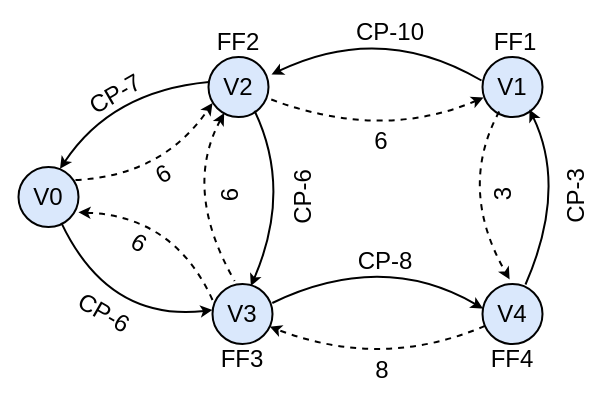
kxzhu0505/Delay-Padding-For-Multi-corner keeps this draw.io diagram as TimingConstraintGraph.drawio. Above is the earlier version. Source tidied: cells renumbered, new cells numbered last; positions are measured from the earlier drawing's top-left corner, leaving out a move shared by most shapes. Both pictures are drawn from the tidied source at 100%, with x=0, y=0 at pixel (18, 17).
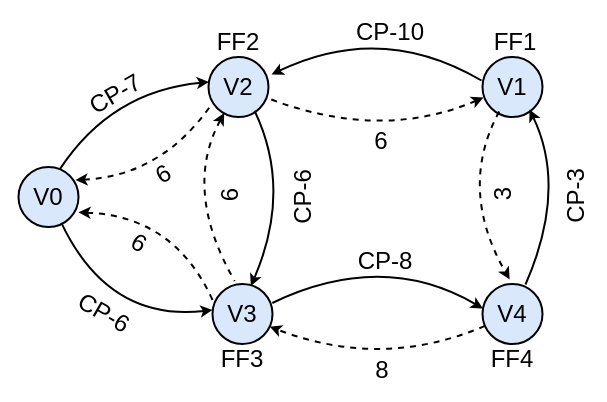
Above is the later version.

The change refers to these unchanged cells:
```xml
<mxCell id="2" style="ellipse;whiteSpace=wrap;html=1;strokeWidth=2;fillColor=#dae8fc;strokeColor=light-dark(#000000, #5c79a3);shadow=0;fontFamily=Helvetica;fontStyle=0;rotation=0;" parent="1" vertex="1">
  <mxGeometry y="149.5" width="60" height="60" as="geometry" />
</mxCell>
<mxCell id="3" value="&lt;font size=&quot;1&quot; style=&quot;color: rgb(0, 0, 0);&quot;&gt;&lt;span style=&quot;font-size: 24px;&quot;&gt;V2&lt;/span&gt;&lt;/font&gt;" style="ellipse;whiteSpace=wrap;html=1;strokeWidth=2;fillColor=#dae8fc;strokeColor=light-dark(#000000, #5c79a3);shadow=0;fontFamily=Helvetica;fontStyle=0;rotation=0;" parent="1" vertex="1">
  <mxGeometry x="190" y="39.5" width="60" height="60" as="geometry" />
</mxCell>
```

Change to the diagram source:
```diff
@@
-    <mxCell id="5" style="curved=1;endArrow=classic;html=1;rounded=0;strokeWidth=2;exitX=0.007;exitY=0.415;exitDx=0;exitDy=0;entryX=0.692;entryY=0.031;entryDx=0;entryDy=0;entryPerimeter=0;exitPerimeter=0;shadow=0;fontFamily=Helvetica;fontStyle=0;" parent="1" edge="1" source="3" target="2">
+    <mxCell id="5" style="curved=1;endArrow=none;html=1;rounded=0;strokeWidth=2;exitX=0.007;exitY=0.415;exitDx=0;exitDy=0;entryX=0.692;entryY=0.031;entryDx=0;entryDy=0;entryPerimeter=0;exitPerimeter=0;shadow=0;fontFamily=Helvetica;fontStyle=0;startArrow=classic;startFill=1;endFill=0;" parent="1" edge="1" source="3" target="2">
       <mxGeometry relative="1" as="geometry">
         <Array as="points">
           <mxPoint x="93" y="73.5" />
         </Array>
       </mxGeometry>
     </mxCell>
-    <mxCell id="6" style="curved=1;endArrow=classic;html=1;rounded=0;strokeWidth=2;exitX=1.038;exitY=0.671;exitDx=0;exitDy=0;entryX=0.002;entryY=0.693;entryDx=0;entryDy=0;entryPerimeter=0;exitPerimeter=0;dashed=1;shadow=0;fontFamily=Helvetica;fontStyle=0;" parent="1" edge="1">
+    <mxCell id="6" style="curved=1;endArrow=none;html=1;rounded=0;strokeWidth=2;exitX=1.038;exitY=0.671;exitDx=0;exitDy=0;entryX=0.002;entryY=0.693;entryDx=0;entryDy=0;entryPerimeter=0;exitPerimeter=0;dashed=1;shadow=0;fontFamily=Helvetica;fontStyle=0;startArrow=classic;startFill=1;endFill=0;" parent="1" edge="1">
       <mxGeometry relative="1" as="geometry">
         <mxPoint x="57" y="162.5" as="sourcePoint" />
         <mxPoint x="194" y="85.5" as="targetPoint" />
         <Array as="points">
           <mxPoint x="144" y="158.5" />
         </Array>
       </mxGeometry>
     </mxCell>
```
